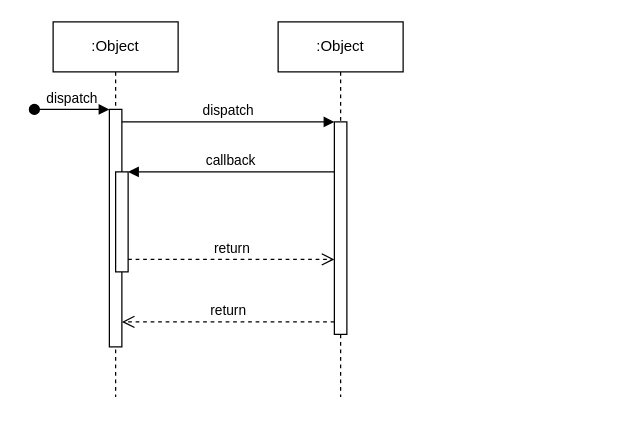
Before: docs/Comunication Diagram.drawio in Carlos12001/CineTEC, a draw.io diagram. Source tidied: cells renumbered, new cells numbered last; positions are measured from the earlier drawing's top-left corner, leaving out a move shared by most shapes. Both pictures are drawn from the tidied source at 125%, with x=0, y=0 at pixel (34, 21).
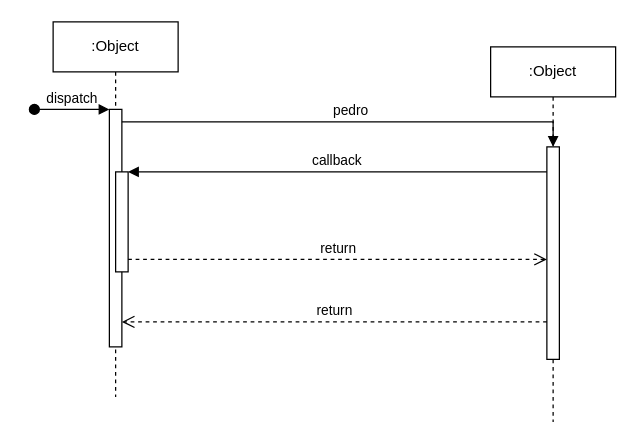
The same diagram, later.

Change to the diagram source:
```diff
@@
 <mxGraphModel>
   <root>
     <mxCell id="0" />
     <mxCell id="1" parent="0" />
     <mxCell id="2" value=":Object" style="shape=umlLifeline;perimeter=lifelinePerimeter;whiteSpace=wrap;html=1;newEdgeStyle={&quot;edgeStyle&quot;:&quot;elbowEdgeStyle&quot;,&quot;elbow&quot;:&quot;vertical&quot;,&quot;curved&quot;:0,&quot;rounded&quot;:0};" parent="1" vertex="1">
       <mxGeometry x="15" width="100" height="300" as="geometry" />
     </mxCell>
     <mxCell id="3" style="html=1;points=[];perimeter=orthogonalPerimeter;outlineConnect=0;targetShapes=umlLifeline;portConstraint=eastwest;newEdgeStyle={&quot;edgeStyle&quot;:&quot;elbowEdgeStyle&quot;,&quot;elbow&quot;:&quot;vertical&quot;,&quot;curved&quot;:0,&quot;rounded&quot;:0};" parent="2" vertex="1">
       <mxGeometry x="45" y="70" width="10" height="190" as="geometry" />
     </mxCell>
     <mxCell id="4" value="dispatch" style="html=1;verticalAlign=bottom;startArrow=oval;endArrow=block;startSize=8;edgeStyle=elbowEdgeStyle;elbow=vertical;curved=0;rounded=0;" parent="2" edge="1" target="3">
       <mxGeometry relative="1" as="geometry">
         <mxPoint x="-15" y="70" as="sourcePoint" />
       </mxGeometry>
     </mxCell>
     <mxCell id="5" style="html=1;points=[];perimeter=orthogonalPerimeter;outlineConnect=0;targetShapes=umlLifeline;portConstraint=eastwest;newEdgeStyle={&quot;edgeStyle&quot;:&quot;elbowEdgeStyle&quot;,&quot;elbow&quot;:&quot;vertical&quot;,&quot;curved&quot;:0,&quot;rounded&quot;:0};" parent="2" vertex="1">
       <mxGeometry x="50" y="120" width="10" height="80" as="geometry" />
     </mxCell>
     <mxCell id="6" value=":Object" style="shape=umlLifeline;perimeter=lifelinePerimeter;whiteSpace=wrap;html=1;newEdgeStyle={&quot;edgeStyle&quot;:&quot;elbowEdgeStyle&quot;,&quot;elbow&quot;:&quot;vertical&quot;,&quot;curved&quot;:0,&quot;rounded&quot;:0};" parent="1" vertex="1">
-      <mxGeometry x="195" width="100" height="300" as="geometry" />
+      <mxGeometry x="365" y="20" width="100" height="300" as="geometry" />
     </mxCell>
     <mxCell id="7" style="html=1;points=[];perimeter=orthogonalPerimeter;outlineConnect=0;targetShapes=umlLifeline;portConstraint=eastwest;newEdgeStyle={&quot;edgeStyle&quot;:&quot;elbowEdgeStyle&quot;,&quot;elbow&quot;:&quot;vertical&quot;,&quot;curved&quot;:0,&quot;rounded&quot;:0};" parent="6" vertex="1">
       <mxGeometry x="45" y="80" width="10" height="170" as="geometry" />
     </mxCell>
-    <mxCell id="8" value="dispatch" style="html=1;verticalAlign=bottom;endArrow=block;edgeStyle=elbowEdgeStyle;elbow=vertical;curved=0;rounded=0;" parent="1" edge="1" source="3" target="7">
+    <mxCell id="8" value="&lt;div&gt;pedro&lt;/div&gt;" style="html=1;verticalAlign=bottom;endArrow=block;edgeStyle=elbowEdgeStyle;elbow=vertical;curved=0;rounded=0;" parent="1" edge="1" source="3" target="7">
       <mxGeometry relative="1" as="geometry">
         <Array as="points">
           <mxPoint x="155" y="80" />
         </Array>
       </mxGeometry>
     </mxCell>
     <mxCell id="9" value="return" style="html=1;verticalAlign=bottom;endArrow=open;dashed=1;endSize=8;edgeStyle=elbowEdgeStyle;elbow=vertical;curved=0;rounded=0;" parent="1" edge="1" source="7" target="3">
       <mxGeometry relative="1" as="geometry">
         <Array as="points">
           <mxPoint x="165" y="240" />
         </Array>
       </mxGeometry>
     </mxCell>
     <mxCell id="10" value="callback" style="html=1;verticalAlign=bottom;endArrow=block;edgeStyle=elbowEdgeStyle;elbow=vertical;curved=0;rounded=0;" parent="1" edge="1" source="7" target="5">
       <mxGeometry relative="1" as="geometry">
         <Array as="points">
           <mxPoint x="165" y="120" />
         </Array>
       </mxGeometry>
     </mxCell>
     <mxCell id="11" value="return" style="html=1;verticalAlign=bottom;endArrow=open;dashed=1;endSize=8;edgeStyle=elbowEdgeStyle;elbow=vertical;curved=0;rounded=0;" parent="1" edge="1" source="5" target="7">
       <mxGeometry relative="1" as="geometry">
         <Array as="points">
           <mxPoint x="155" y="190" />
         </Array>
       </mxGeometry>
     </mxCell>
   </root>
 </mxGraphModel>
```
